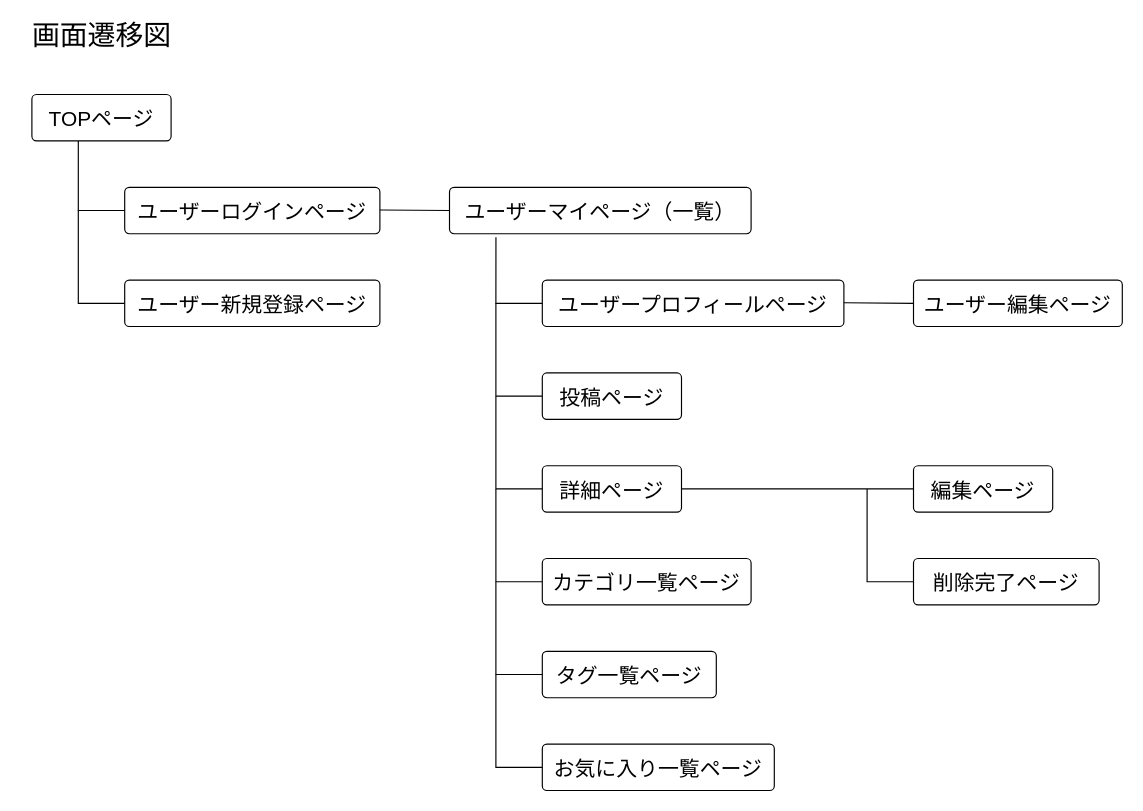
Above: chart.dio in yuuri-aqua/note-38690 (draw.io), before the change. Source tidied: cells renumbered, new cells numbered last; positions are measured from the earlier drawing's top-left corner, leaving out a move shared by most shapes. Both pictures are drawn from the tidied source at 116%, with x=0, y=0 at pixel (20, 24).
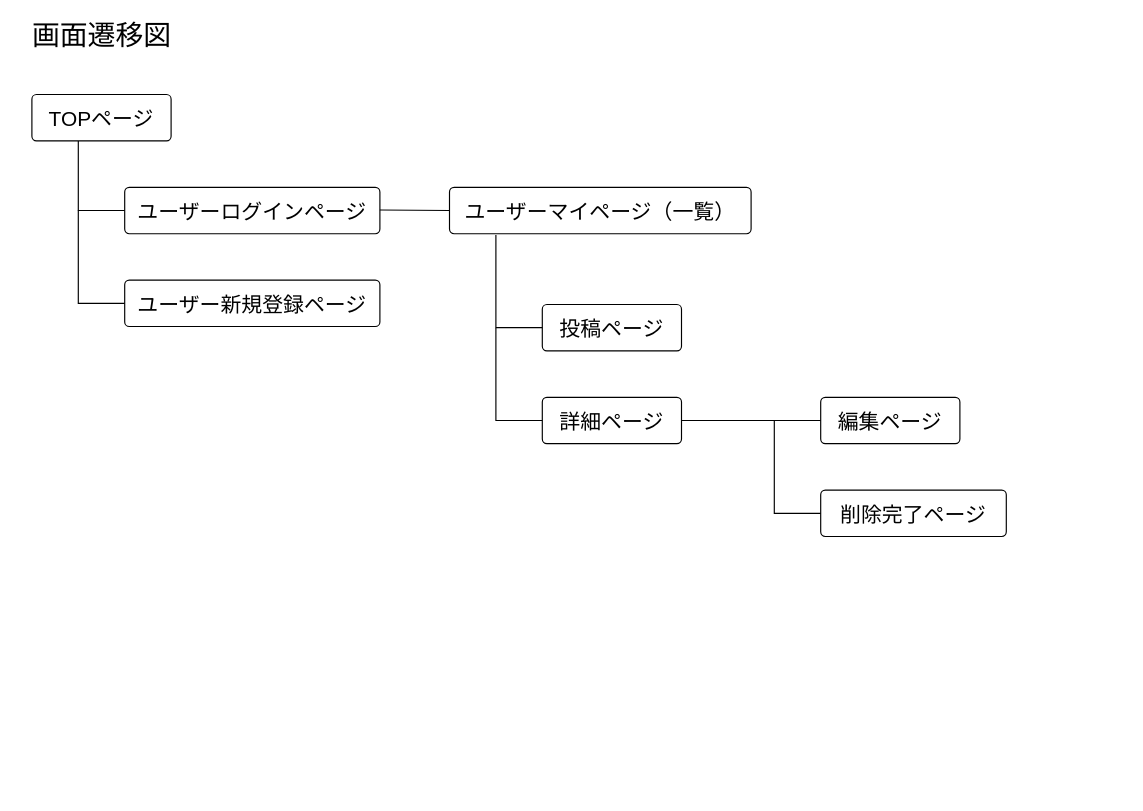
The same diagram, later.

The change refers to these unchanged cells:
```xml
<mxCell id="7" value="&lt;span style=&quot;font-size: 18px&quot;&gt;ユーザーマイページ（一覧）&lt;/span&gt;" style="rounded=1;arcSize=10;whiteSpace=wrap;html=1;align=center;fontSize=24;" parent="1" vertex="1">
  <mxGeometry x="370" y="140" width="260" height="40" as="geometry" />
</mxCell>
```

Change to the diagram source:
```diff
@@
-    <mxCell id="6" value="&lt;span style=&quot;font-size: 18px&quot;&gt;ユーザープロフィールページ&lt;/span&gt;" style="rounded=1;arcSize=10;whiteSpace=wrap;html=1;align=center;fontSize=24;" parent="1" vertex="1">
-      <mxGeometry x="450" y="220" width="260" height="40" as="geometry" />
-    </mxCell>
@@
     <mxCell id="8" value="&lt;span style=&quot;font-size: 18px&quot;&gt;詳細ページ&lt;br&gt;&lt;/span&gt;" style="rounded=1;arcSize=10;whiteSpace=wrap;html=1;align=center;fontSize=24;" parent="1" vertex="1">
-      <mxGeometry x="450" y="380" width="120" height="40" as="geometry" />
+      <mxGeometry x="450" y="321" width="120" height="40" as="geometry" />
     </mxCell>
     <mxCell id="9" value="&lt;span style=&quot;font-size: 18px&quot;&gt;編集ページ&lt;br&gt;&lt;/span&gt;" style="rounded=1;arcSize=10;whiteSpace=wrap;html=1;align=center;fontSize=24;" parent="1" vertex="1">
-      <mxGeometry x="770" y="380" width="120" height="40" as="geometry" />
+      <mxGeometry x="690" y="321" width="120" height="40" as="geometry" />
     </mxCell>
     <mxCell id="10" value="&lt;span style=&quot;font-size: 18px&quot;&gt;削除完了ページ&lt;br&gt;&lt;/span&gt;" style="rounded=1;arcSize=10;whiteSpace=wrap;html=1;align=center;fontSize=24;" parent="1" vertex="1">
-      <mxGeometry x="770" y="460" width="160" height="40" as="geometry" />
+      <mxGeometry x="690" y="401" width="160" height="40" as="geometry" />
     </mxCell>
-    <mxCell id="11" style="endArrow=none;html=1;rounded=0;fontSize=18;exitX=1;exitY=0.5;exitDx=0;exitDy=0;entryX=0;entryY=0.5;entryDx=0;entryDy=0;" parent="1" edge="1" source="8" target="9">
-      <mxGeometry relative="1" as="geometry" />
+    <mxCell id="11" style="endArrow=none;html=1;rounded=0;fontSize=18;exitX=1;exitY=0.5;exitDx=0;exitDy=0;" parent="1" edge="1" source="8">
+      <mxGeometry relative="1" as="geometry">
+        <mxPoint x="690" y="341" as="targetPoint" />
+      </mxGeometry>
     </mxCell>
-    <mxCell id="12" value="&lt;span style=&quot;font-size: 18px&quot;&gt;ユーザー編集ページ&lt;br&gt;&lt;/span&gt;" style="rounded=1;arcSize=10;whiteSpace=wrap;html=1;align=center;fontSize=24;" parent="1" vertex="1">
-      <mxGeometry x="770" y="220" width="180" height="40" as="geometry" />
-    </mxCell>
-    <mxCell id="13" value="&lt;span style=&quot;font-size: 18px&quot;&gt;カテゴリ一覧ページ&lt;br&gt;&lt;/span&gt;" style="rounded=1;arcSize=10;whiteSpace=wrap;html=1;align=center;fontSize=24;" parent="1" vertex="1">
-      <mxGeometry x="450" y="460" width="180" height="40" as="geometry" />
-    </mxCell>
     <mxCell id="14" value="&lt;span style=&quot;font-size: 18px&quot;&gt;投稿ページ&lt;br&gt;&lt;/span&gt;" style="rounded=1;arcSize=10;whiteSpace=wrap;html=1;align=center;fontSize=24;" parent="1" vertex="1">
-      <mxGeometry x="450" y="300" width="120" height="40" as="geometry" />
+      <mxGeometry x="450" y="241" width="120" height="40" as="geometry" />
     </mxCell>
-    <mxCell id="15" style="endArrow=none;html=1;rounded=0;fontSize=18;entryX=0;entryY=0.5;entryDx=0;entryDy=0;exitX=0.154;exitY=1.075;exitDx=0;exitDy=0;exitPerimeter=0;" parent="1" edge="1" source="7" target="6">
-      <mxGeometry relative="1" as="geometry">
-        <Array as="points">
-          <mxPoint x="410" y="240" />
-        </Array>
-      </mxGeometry>
-    </mxCell>
     <mxCell id="16" style="endArrow=none;html=1;rounded=0;fontSize=18;entryX=0;entryY=0.5;entryDx=0;entryDy=0;" parent="1" edge="1">
       <mxGeometry relative="1" as="geometry">
-        <mxPoint x="410" y="240" as="sourcePoint" />
-        <mxPoint x="450" y="320" as="targetPoint" />
+        <mxPoint x="410" y="181" as="sourcePoint" />
+        <mxPoint x="450" y="261" as="targetPoint" />
         <Array as="points">
-          <mxPoint x="410" y="320" />
+          <mxPoint x="410" y="261" />
         </Array>
       </mxGeometry>
     </mxCell>
@@
     <mxCell id="20" style="endArrow=none;html=1;rounded=0;fontSize=18;entryX=0;entryY=0.5;entryDx=0;entryDy=0;" parent="1" edge="1">
       <mxGeometry relative="1" as="geometry">
-        <mxPoint x="410" y="320" as="sourcePoint" />
-        <mxPoint x="450" y="400" as="targetPoint" />
+        <mxPoint x="410" y="261" as="sourcePoint" />
+        <mxPoint x="450" y="341" as="targetPoint" />
         <Array as="points">
-          <mxPoint x="410" y="400" />
+          <mxPoint x="410" y="341" />
         </Array>
       </mxGeometry>
     </mxCell>
-    <mxCell id="21" style="endArrow=none;html=1;rounded=0;fontSize=18;exitX=1;exitY=0.5;exitDx=0;exitDy=0;entryX=0;entryY=0.5;entryDx=0;entryDy=0;" parent="1" edge="1" target="12">
-      <mxGeometry relative="1" as="geometry">
-        <mxPoint x="710" y="239.5" as="sourcePoint" />
-      </mxGeometry>
-    </mxCell>
-    <mxCell id="22" style="endArrow=none;html=1;rounded=0;fontSize=18;entryX=0;entryY=0.5;entryDx=0;entryDy=0;" parent="1" edge="1">
-      <mxGeometry relative="1" as="geometry">
-        <mxPoint x="410" y="400" as="sourcePoint" />
-        <mxPoint x="450" y="480" as="targetPoint" />
-        <Array as="points">
-          <mxPoint x="410" y="480" />
-        </Array>
-      </mxGeometry>
-    </mxCell>
-    <mxCell id="23" value="&lt;span style=&quot;font-size: 18px&quot;&gt;タグ一覧ページ&lt;br&gt;&lt;/span&gt;" style="rounded=1;arcSize=10;whiteSpace=wrap;html=1;align=center;fontSize=24;" parent="1" vertex="1">
-      <mxGeometry x="450" y="540" width="150" height="40" as="geometry" />
-    </mxCell>
-    <mxCell id="24" value="&lt;span style=&quot;font-size: 18px&quot;&gt;お気に入り一覧ページ&lt;br&gt;&lt;/span&gt;" style="rounded=1;arcSize=10;whiteSpace=wrap;html=1;align=center;fontSize=24;" parent="1" vertex="1">
-      <mxGeometry x="450" y="620" width="200" height="40" as="geometry" />
-    </mxCell>
-    <mxCell id="25" style="endArrow=none;html=1;rounded=0;fontSize=18;entryX=0;entryY=0.5;entryDx=0;entryDy=0;" parent="1" edge="1">
-      <mxGeometry relative="1" as="geometry">
-        <mxPoint x="410" y="480" as="sourcePoint" />
-        <mxPoint x="450" y="560" as="targetPoint" />
-        <Array as="points">
-          <mxPoint x="410" y="560" />
-        </Array>
-      </mxGeometry>
-    </mxCell>
-    <mxCell id="26" style="endArrow=none;html=1;rounded=0;fontSize=18;entryX=0;entryY=0.5;entryDx=0;entryDy=0;" parent="1" edge="1">
-      <mxGeometry relative="1" as="geometry">
-        <mxPoint x="410" y="560" as="sourcePoint" />
-        <mxPoint x="450" y="640" as="targetPoint" />
-        <Array as="points">
-          <mxPoint x="410" y="640" />
-        </Array>
-      </mxGeometry>
-    </mxCell>
     <mxCell id="27" style="endArrow=none;html=1;rounded=0;fontSize=18;entryX=0;entryY=0.5;entryDx=0;entryDy=0;" parent="1" edge="1">
       <mxGeometry relative="1" as="geometry">
-        <mxPoint x="730" y="400" as="sourcePoint" />
-        <mxPoint x="770" y="480" as="targetPoint" />
+        <mxPoint x="650" y="341" as="sourcePoint" />
+        <mxPoint x="690" y="421" as="targetPoint" />
         <Array as="points">
-          <mxPoint x="730" y="480" />
+          <mxPoint x="650" y="421" />
         </Array>
       </mxGeometry>
     </mxCell>
```
